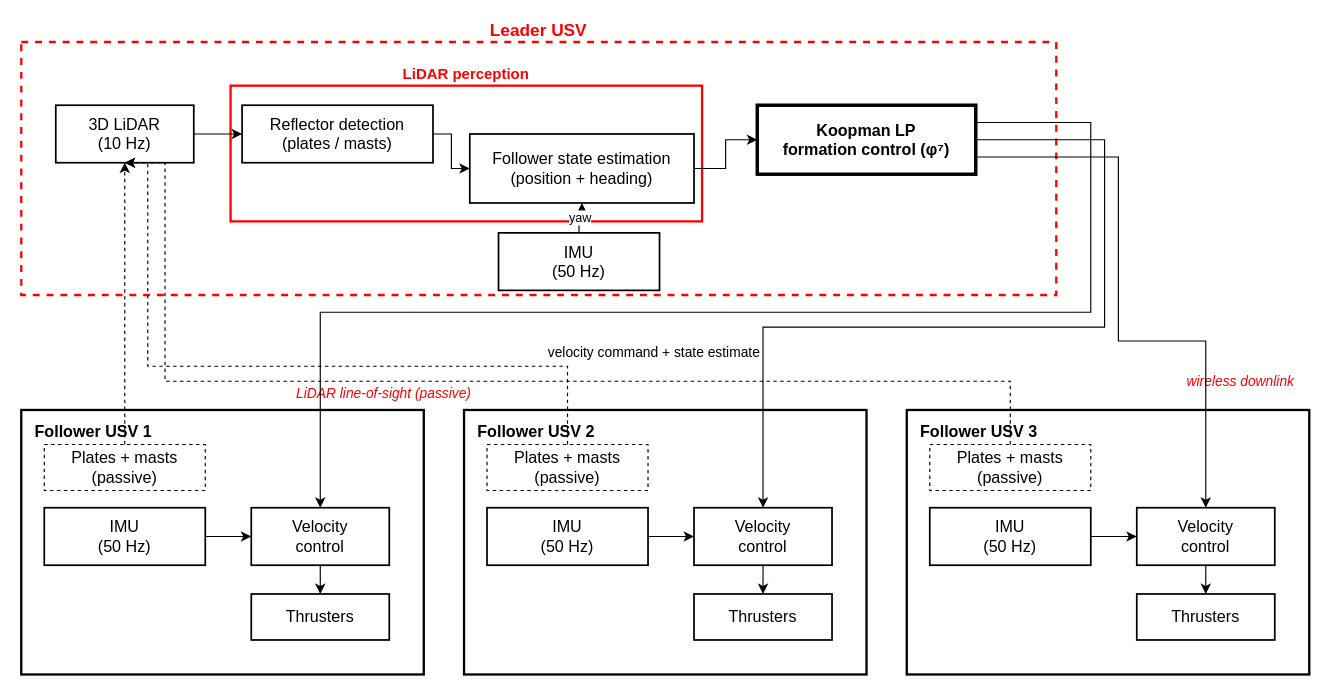
This is IEEE-conference-template-062824/fig/system_architecture.drawio from yuuu1121/GTBOT, a draw.io file, before an edit. Source tidied: cells renumbered, new cells numbered last; positions are measured from the earlier drawing's top-left corner, leaving out a move shared by most shapes. Both pictures are drawn from the tidied source at 115%, with x=0, y=0 at pixel (21, 41).
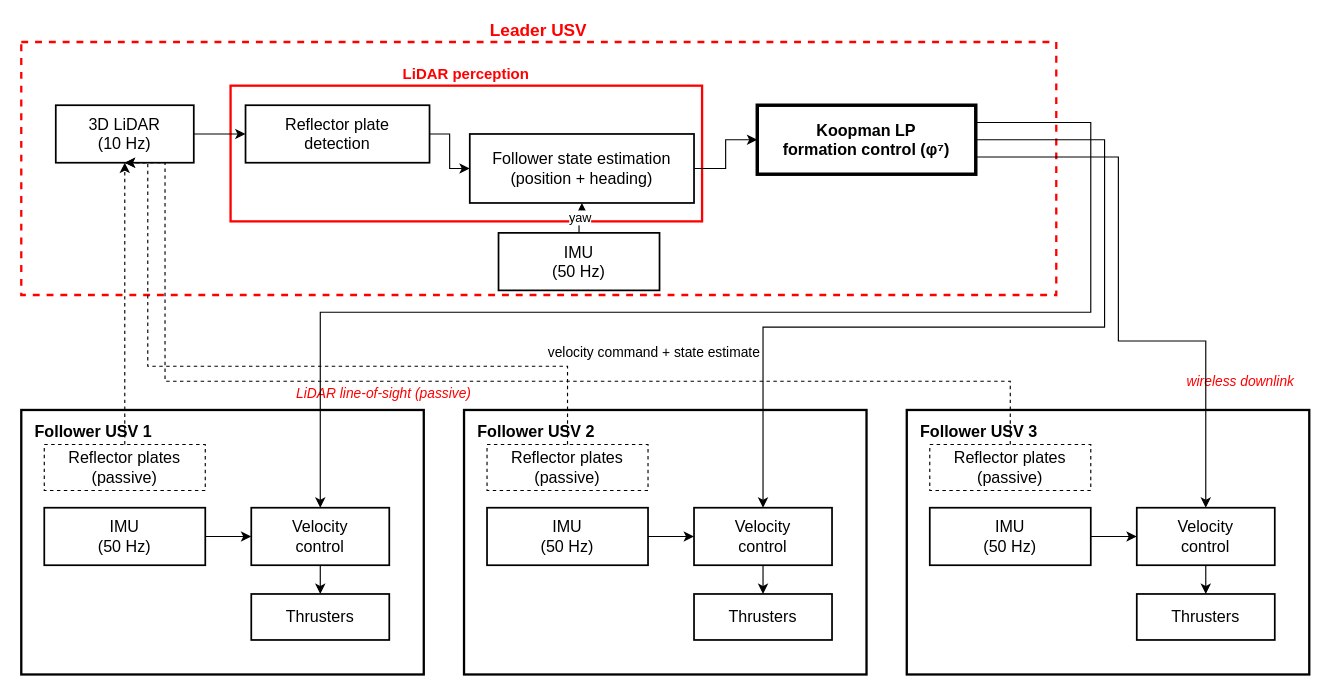
The same diagram, later.

Commit message (it also covers changes not shown here):
draft(ut27): 아키텍처 그림에서 mast 제거 — 실기 구성은 반사판(plate)만 사용

Claude-Session: https://claude.ai/code/session_019qNLAuEkV57fTxt2qoVVH8

Diff of the diagram source:
```diff
@@
-    <mxCell id="4" value="Reflector detection&lt;br&gt;(plates / masts)" style="rounded=0;whiteSpace=wrap;html=1;fillColor=#ffffff;strokeColor=#000000;strokeWidth=1.5;fontSize=14;fontColor=#000000;" parent="1" vertex="1">
-      <mxGeometry x="192" y="55" width="166" height="50" as="geometry" />
+    <mxCell id="4" value="Reflector plate&lt;br&gt;detection" style="rounded=0;whiteSpace=wrap;html=1;fillColor=#ffffff;strokeColor=#000000;strokeWidth=1.5;fontSize=14;fontColor=#000000;" parent="1" vertex="1">
+      <mxGeometry x="195" y="55" width="160" height="50" as="geometry" />
     </mxCell>
@@
-    <mxCell id="10" value="Plates + masts&lt;br&gt;(passive)" style="rounded=0;whiteSpace=wrap;html=1;fillColor=#ffffff;strokeColor=#000000;dashed=1;fontSize=14;fontColor=#000000;" parent="1" vertex="1">
+    <mxCell id="10" value="Reflector plates&lt;br&gt;(passive)" style="rounded=0;whiteSpace=wrap;html=1;fillColor=#ffffff;strokeColor=#000000;dashed=1;fontSize=14;fontColor=#000000;" parent="1" vertex="1">
       <mxGeometry x="20" y="350" width="140" height="40" as="geometry" />
     </mxCell>
@@
-    <mxCell id="15" value="Plates + masts&lt;br&gt;(passive)" style="rounded=0;whiteSpace=wrap;html=1;fillColor=#ffffff;strokeColor=#000000;dashed=1;fontSize=14;fontColor=#000000;" parent="1" vertex="1">
+    <mxCell id="15" value="Reflector plates&lt;br&gt;(passive)" style="rounded=0;whiteSpace=wrap;html=1;fillColor=#ffffff;strokeColor=#000000;dashed=1;fontSize=14;fontColor=#000000;" parent="1" vertex="1">
       <mxGeometry x="405" y="350" width="140" height="40" as="geometry" />
     </mxCell>
@@
-    <mxCell id="20" value="Plates + masts&lt;br&gt;(passive)" style="rounded=0;whiteSpace=wrap;html=1;fillColor=#ffffff;strokeColor=#000000;dashed=1;fontSize=14;fontColor=#000000;" parent="1" vertex="1">
+    <mxCell id="20" value="Reflector plates&lt;br&gt;(passive)" style="rounded=0;whiteSpace=wrap;html=1;fillColor=#ffffff;strokeColor=#000000;dashed=1;fontSize=14;fontColor=#000000;" parent="1" vertex="1">
       <mxGeometry x="790" y="350" width="140" height="40" as="geometry" />
     </mxCell>
```
